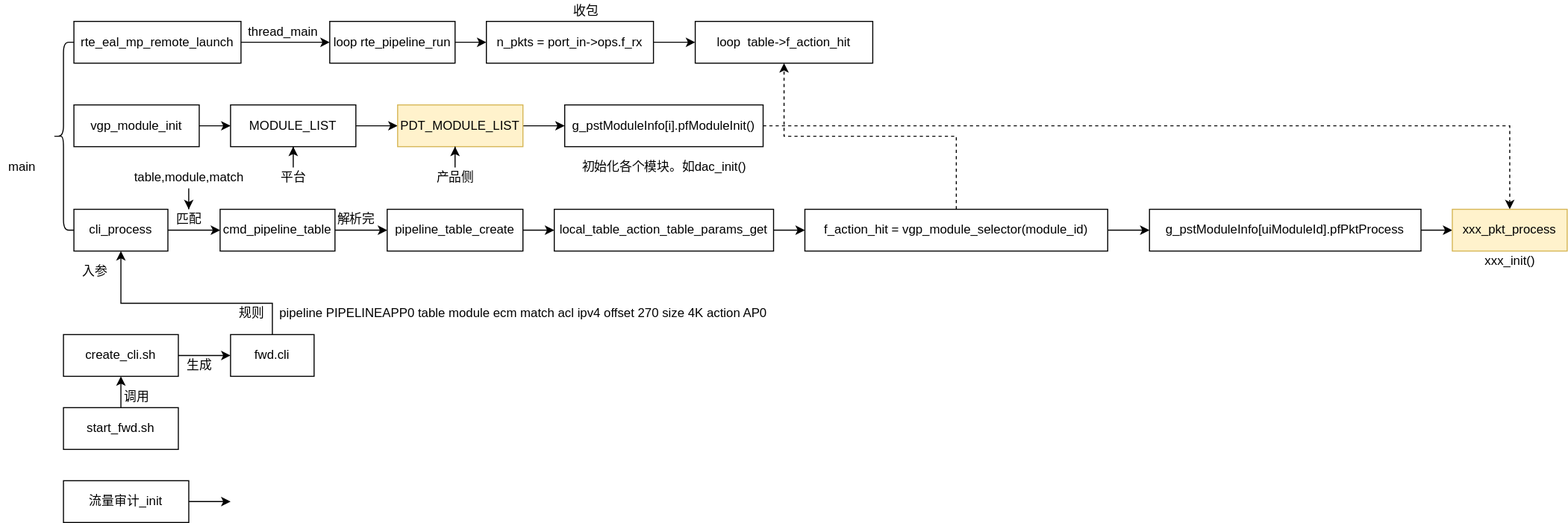
The draw.io diagram dpdk.svg in Archive-ch/DPDK, before a commit. Source tidied: cells renumbered, new cells last; positions are measured from the earlier drawing's top-left corner, leaving out a move shared by most shapes.
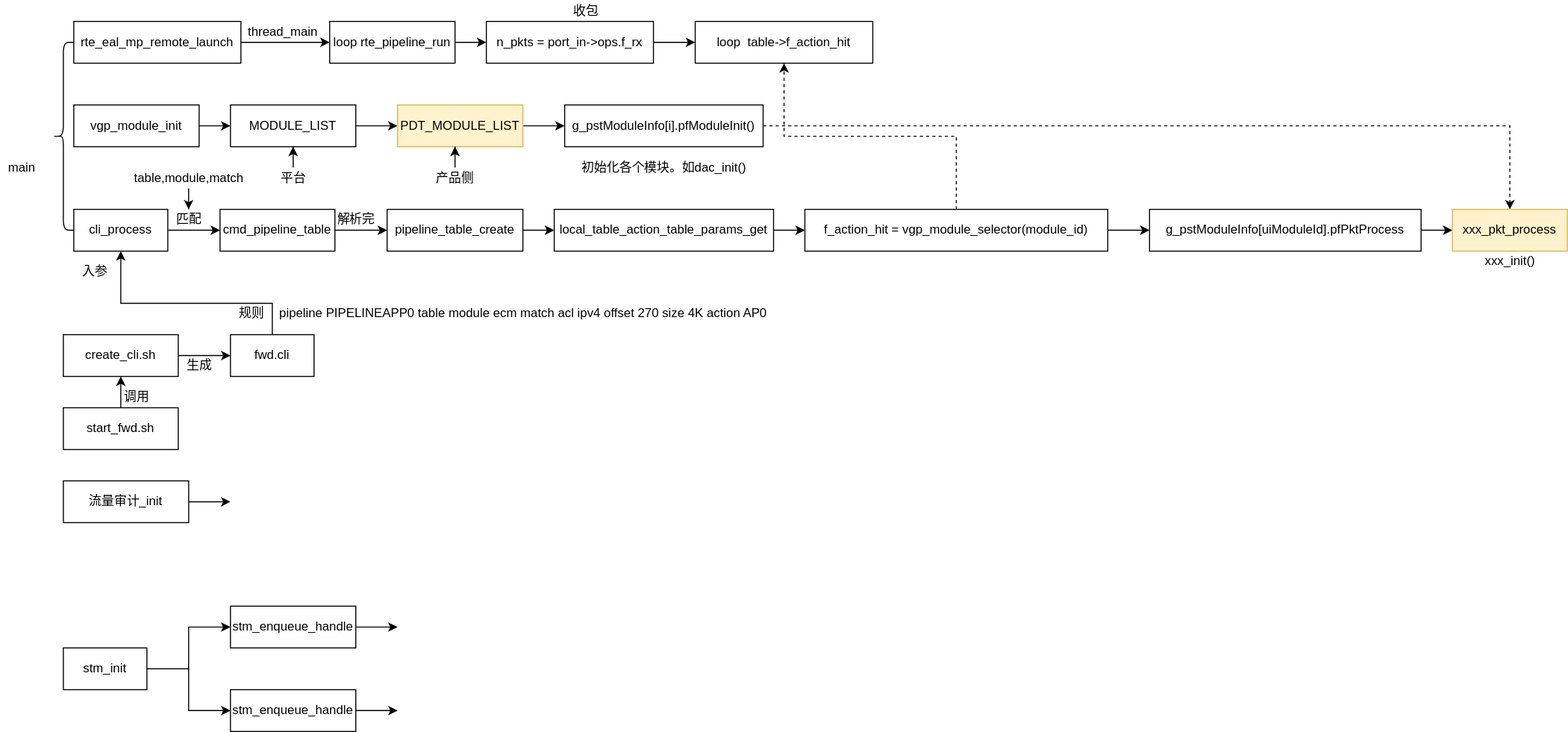
The same diagram one commit later.

Diff of the diagram source:
```diff
@@ -200,5 +200,35 @@
     <mxCell id="57" value="xxx_init()" style="text;html=1;align=center;verticalAlign=middle;strokeColor=none;" parent="1" vertex="1">
       <mxGeometry x="1415" y="240" width="60" height="20" as="geometry" />
     </mxCell>
+    <mxCell id="58" style="edgeStyle=orthogonalEdgeStyle;rounded=0;jettySize=auto;html=1;" parent="1" edge="1" source="59">
+      <mxGeometry relative="1" as="geometry">
+        <mxPoint x="380" y="600" as="targetPoint" />
+      </mxGeometry>
+    </mxCell>
+    <mxCell id="59" value="stm_enqueue_handle" style="whiteSpace=wrap;html=1;" parent="1" vertex="1">
+      <mxGeometry x="220" y="580" width="120" height="40" as="geometry" />
+    </mxCell>
+    <mxCell id="60" style="edgeStyle=orthogonalEdgeStyle;rounded=0;jettySize=auto;html=1;entryX=0;entryY=0.5;entryDx=0;entryDy=0;" parent="1" edge="1" source="62" target="59">
+      <mxGeometry relative="1" as="geometry">
+        <Array as="points">
+          <mxPoint x="180" y="640" />
+          <mxPoint x="180" y="600" />
+        </Array>
+      </mxGeometry>
+    </mxCell>
+    <mxCell id="61" style="edgeStyle=orthogonalEdgeStyle;rounded=0;jettySize=auto;html=1;entryX=0;entryY=0.5;entryDx=0;entryDy=0;" parent="1" edge="1" source="62" target="64">
+      <mxGeometry relative="1" as="geometry" />
+    </mxCell>
+    <mxCell id="62" value="stm_init" style="whiteSpace=wrap;html=1;" parent="1" vertex="1">
+      <mxGeometry x="60" y="620" width="80" height="40" as="geometry" />
+    </mxCell>
+    <mxCell id="63" style="edgeStyle=orthogonalEdgeStyle;rounded=0;jettySize=auto;html=1;" parent="1" edge="1" source="64">
+      <mxGeometry relative="1" as="geometry">
+        <mxPoint x="380" y="680" as="targetPoint" />
+      </mxGeometry>
+    </mxCell>
+    <mxCell id="64" value="&lt;span&gt;stm_enqueue_handle&lt;/span&gt;" style="whiteSpace=wrap;html=1;" parent="1" vertex="1">
+      <mxGeometry x="220" y="660" width="120" height="40" as="geometry" />
+    </mxCell>
   </root>
 </mxGraphModel>
```
